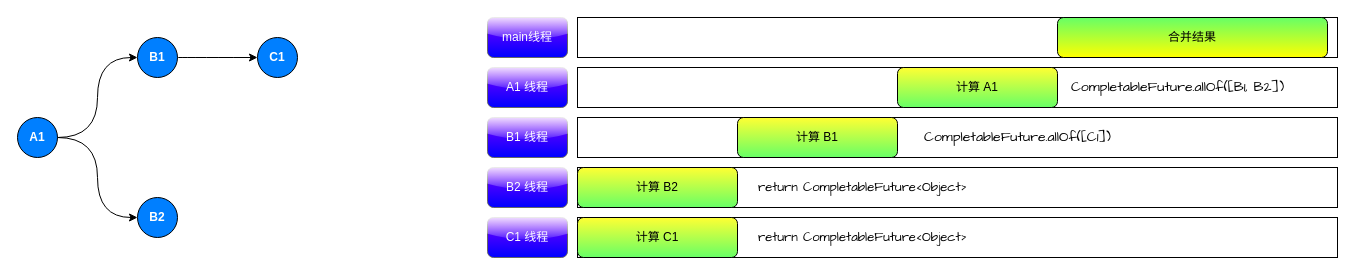
The draw.io diagram flow/图解CompletableFuture.drawio in 999V/draw, before the edit. Source tidied: cells renumbered, new cells numbered last; positions are measured from the earlier drawing's top-left corner, leaving out a move shared by most shapes. Both pictures are drawn from the tidied source at 100%, with x=0, y=0 at pixel (17, 17).
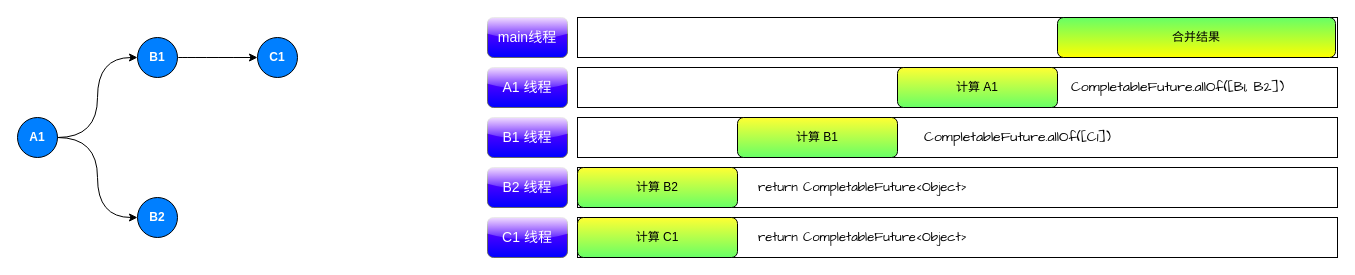
The same diagram, later.

What changed in the source:
```diff
@@
-    <mxCell id="9" value="main线程" style="rounded=1;whiteSpace=wrap;html=1;fillColor=#0000FF;gradientColor=#7F00FF;strokeColor=#666666;gradientDirection=north;fontColor=#FFFFFF;glass=1;shadow=0;" parent="1" vertex="1">
+    <mxCell id="9" value="main线程" style="rounded=1;whiteSpace=wrap;html=1;fillColor=#0000FF;gradientColor=#7F00FF;strokeColor=#666666;gradientDirection=north;fontColor=#FFFFFF;glass=1;shadow=0;fontSize=14;" parent="1" vertex="1">
       <mxGeometry x="470" width="80" height="40" as="geometry" />
     </mxCell>
-    <mxCell id="10" value="A1 线程" style="rounded=1;whiteSpace=wrap;html=1;fillColor=#0000FF;gradientColor=#7F00FF;strokeColor=#666666;gradientDirection=north;fontColor=#FFFFFF;glass=1;shadow=0;" parent="1" vertex="1">
+    <mxCell id="10" value="A1 线程" style="rounded=1;whiteSpace=wrap;html=1;fillColor=#0000FF;gradientColor=#7F00FF;strokeColor=#666666;gradientDirection=north;fontColor=#FFFFFF;glass=1;shadow=0;fontSize=14;" parent="1" vertex="1">
       <mxGeometry x="470" y="50" width="80" height="40" as="geometry" />
     </mxCell>
@@
-    <mxCell id="13" value="B1 线程" style="rounded=1;whiteSpace=wrap;html=1;fillColor=#0000FF;gradientColor=#7F00FF;strokeColor=#666666;gradientDirection=north;fontColor=#FFFFFF;glass=1;shadow=0;" parent="1" vertex="1">
+    <mxCell id="13" value="B1 线程" style="rounded=1;whiteSpace=wrap;html=1;fillColor=#0000FF;gradientColor=#7F00FF;strokeColor=#666666;gradientDirection=north;fontColor=#FFFFFF;glass=1;shadow=0;fontSize=14;" parent="1" vertex="1">
       <mxGeometry x="470" y="100" width="80" height="40" as="geometry" />
     </mxCell>
-    <mxCell id="14" value="B2 线程" style="rounded=1;whiteSpace=wrap;html=1;fillColor=#0000FF;gradientColor=#7F00FF;strokeColor=#666666;gradientDirection=north;fontColor=#FFFFFF;glass=1;shadow=0;" parent="1" vertex="1">
+    <mxCell id="14" value="B2 线程" style="rounded=1;whiteSpace=wrap;html=1;fillColor=#0000FF;gradientColor=#7F00FF;strokeColor=#666666;gradientDirection=north;fontColor=#FFFFFF;glass=1;shadow=0;fontSize=14;" parent="1" vertex="1">
       <mxGeometry x="470" y="150" width="80" height="40" as="geometry" />
     </mxCell>
@@
-    <mxCell id="17" value="C1 线程" style="rounded=1;whiteSpace=wrap;html=1;fillColor=#0000FF;gradientColor=#7F00FF;strokeColor=#666666;gradientDirection=north;fontColor=#FFFFFF;glass=1;shadow=0;" parent="1" vertex="1">
+    <mxCell id="17" value="C1 线程" style="rounded=1;whiteSpace=wrap;html=1;fillColor=#0000FF;gradientColor=#7F00FF;strokeColor=#666666;gradientDirection=north;fontColor=#FFFFFF;glass=1;shadow=0;fontSize=14;" parent="1" vertex="1">
       <mxGeometry x="470" y="200" width="80" height="40" as="geometry" />
     </mxCell>
@@
     <mxCell id="23" value="合并结果" style="rounded=1;whiteSpace=wrap;html=1;fillColor=#66FF66;gradientColor=#FFFF00;strokeWidth=1;" parent="1" vertex="1">
-      <mxGeometry x="1040" width="270" height="40" as="geometry" />
+      <mxGeometry x="1040" width="278" height="40" as="geometry" />
     </mxCell>
```
